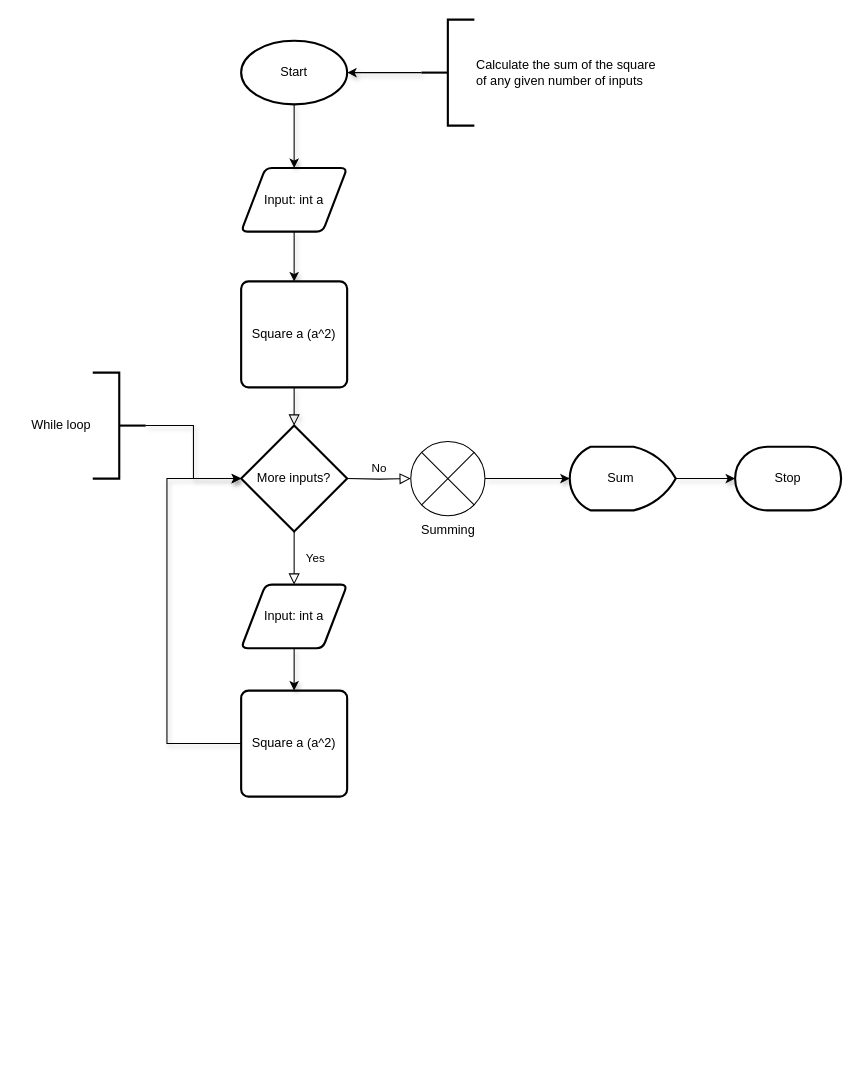
The draw.io diagram Untitled Diagram.drawio in Hershewajue/Algorithms, before the edit. Source tidied: cells renumbered, new cells numbered last; positions are measured from the earlier drawing's top-left corner, leaving out a move shared by most shapes. Both pictures are drawn from the tidied source at 106%, with x=0, y=0 at pixel (18, 19).
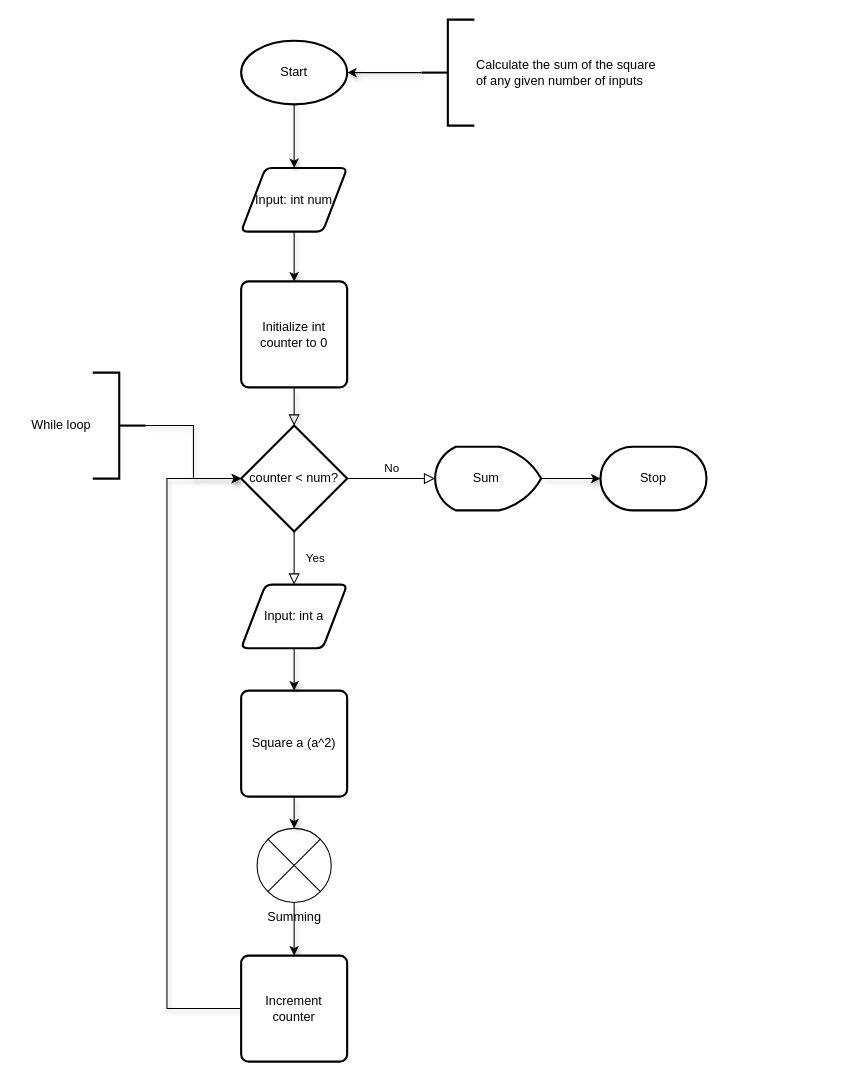
After the change.

Commit message:
Flowchart for sum of squares.drawio

Unchanged cells that the change refers to:
```xml
<mxCell id="21" value="Square a (a^2)" style="rounded=1;whiteSpace=wrap;html=1;absoluteArcSize=1;arcSize=14;strokeWidth=2;" parent="1" vertex="1">
  <mxGeometry x="210" y="633" width="100" height="100" as="geometry" />
</mxCell>
```

What changed in the source:
```diff
@@
-    <mxCell id="5" value="No" style="edgeStyle=orthogonalEdgeStyle;rounded=0;html=1;jettySize=auto;fontSize=11;endArrow=block;endFill=0;endSize=8;strokeWidth=1;shadow=0;labelBackgroundColor=none;entryX=0;entryY=0.5;entryDx=0;entryDy=0;entryPerimeter=0;" parent="1" edge="1" target="19">
-      <mxGeometry y="10" relative="1" as="geometry">
-        <mxPoint x="310" y="433" as="sourcePoint" />
-      </mxGeometry>
+    <mxCell id="5" value="No" style="edgeStyle=orthogonalEdgeStyle;rounded=0;html=1;jettySize=auto;fontSize=11;endArrow=block;endFill=0;endSize=8;strokeWidth=1;shadow=0;labelBackgroundColor=none;exitX=1;exitY=0.5;exitDx=0;exitDy=0;exitPerimeter=0;entryX=1;entryY=0.5;entryDx=0;entryDy=0;entryPerimeter=0;" parent="1" edge="1" source="22" target="14">
+      <mxGeometry y="10" relative="1" as="geometry" />
     </mxCell>
-    <mxCell id="6" style="endArrow=classic;html=1;rounded=0;shadow=1;entryX=0;entryY=0.5;entryDx=0;entryDy=0;exitX=0;exitY=0.5;exitDx=0;exitDy=0;" parent="1" edge="1" source="21">
+    <mxCell id="6" style="endArrow=classic;html=1;rounded=0;shadow=1;entryX=0;entryY=0.5;entryDx=0;entryDy=0;exitX=0;exitY=0.5;exitDx=0;exitDy=0;" parent="1" edge="1" source="27">
       <mxGeometry relative="1" as="geometry">
         <mxPoint x="210" y="433" as="targetPoint" />
         <Array as="points">
-          <mxPoint x="140" y="683" />
+          <mxPoint x="140" y="933" />
+          <mxPoint x="140" y="798" />
           <mxPoint x="140" y="433" />
         </Array>
       </mxGeometry>
     </mxCell>
@@
-    <mxCell id="12" value="Input: int a" style="shape=parallelogram;html=1;strokeWidth=2;perimeter=parallelogramPerimeter;whiteSpace=wrap;rounded=1;arcSize=12;size=0.23;" parent="1" vertex="1">
+    <mxCell id="12" value="Input: int num" style="shape=parallelogram;html=1;strokeWidth=2;perimeter=parallelogramPerimeter;whiteSpace=wrap;rounded=1;arcSize=12;size=0.23;" parent="1" vertex="1">
       <mxGeometry x="210" y="140" width="100" height="60" as="geometry" />
     </mxCell>
@@
     <mxCell id="14" value="Sum&amp;nbsp;" style="strokeWidth=2;html=1;shape=mxgraph.flowchart.display;whiteSpace=wrap;direction=west;" parent="1" vertex="1">
-      <mxGeometry x="520" y="403" width="100" height="60" as="geometry" />
+      <mxGeometry x="393" y="403" width="100" height="60" as="geometry" />
     </mxCell>
     <mxCell id="15" value="Stop" style="strokeWidth=2;html=1;shape=mxgraph.flowchart.terminator;whiteSpace=wrap;" parent="1" vertex="1">
-      <mxGeometry x="676" y="403" width="100" height="60" as="geometry" />
+      <mxGeometry x="549" y="403" width="100" height="60" as="geometry" />
     </mxCell>
@@
-    <mxCell id="18" style="edgeStyle=orthogonalEdgeStyle;rounded=0;jettySize=auto;html=1;shadow=1;exitX=1;exitY=0.5;exitDx=0;exitDy=0;exitPerimeter=0;" parent="1" edge="1" source="19" target="14">
-      <mxGeometry relative="1" as="geometry" />
-    </mxCell>
+    <mxCell id="25" style="edgeStyle=orthogonalEdgeStyle;rounded=0;jettySize=auto;html=1;shadow=1;" parent="1" edge="1" source="19" target="27">
+      <mxGeometry relative="1" as="geometry" />
+    </mxCell>
     <mxCell id="19" value="Summing" style="verticalLabelPosition=bottom;verticalAlign=top;html=1;shape=mxgraph.flowchart.or;" parent="1" vertex="1">
-      <mxGeometry x="370" y="398" width="70" height="70" as="geometry" />
+      <mxGeometry x="225" y="763" width="70" height="70" as="geometry" />
     </mxCell>
-    <mxCell id="20" value="Square a (a^2)" style="rounded=1;whiteSpace=wrap;html=1;absoluteArcSize=1;arcSize=14;strokeWidth=2;" parent="1" vertex="1">
+    <mxCell id="20" value="Initialize int counter to 0" style="rounded=1;whiteSpace=wrap;html=1;absoluteArcSize=1;arcSize=14;strokeWidth=2;" parent="1" vertex="1">
       <mxGeometry x="210" y="247" width="100" height="100" as="geometry" />
     </mxCell>
+    <mxCell id="26" style="edgeStyle=orthogonalEdgeStyle;rounded=0;jettySize=auto;html=1;shadow=1;" parent="1" edge="1" source="21" target="19">
+      <mxGeometry relative="1" as="geometry" />
+    </mxCell>
@@
-    <mxCell id="22" value="More inputs?" style="strokeWidth=2;html=1;shape=mxgraph.flowchart.decision;whiteSpace=wrap;" parent="1" vertex="1">
+    <mxCell id="22" value="counter &amp;lt; num?" style="strokeWidth=2;html=1;shape=mxgraph.flowchart.decision;whiteSpace=wrap;" parent="1" vertex="1">
       <mxGeometry x="210" y="383" width="100" height="100" as="geometry" />
     </mxCell>
@@
+    <mxCell id="27" value="Increment &lt;br&gt;counter" style="rounded=1;whiteSpace=wrap;html=1;absoluteArcSize=1;arcSize=14;strokeWidth=2;" parent="1" vertex="1">
+      <mxGeometry x="210" y="883" width="100" height="100" as="geometry" />
+    </mxCell>
```
